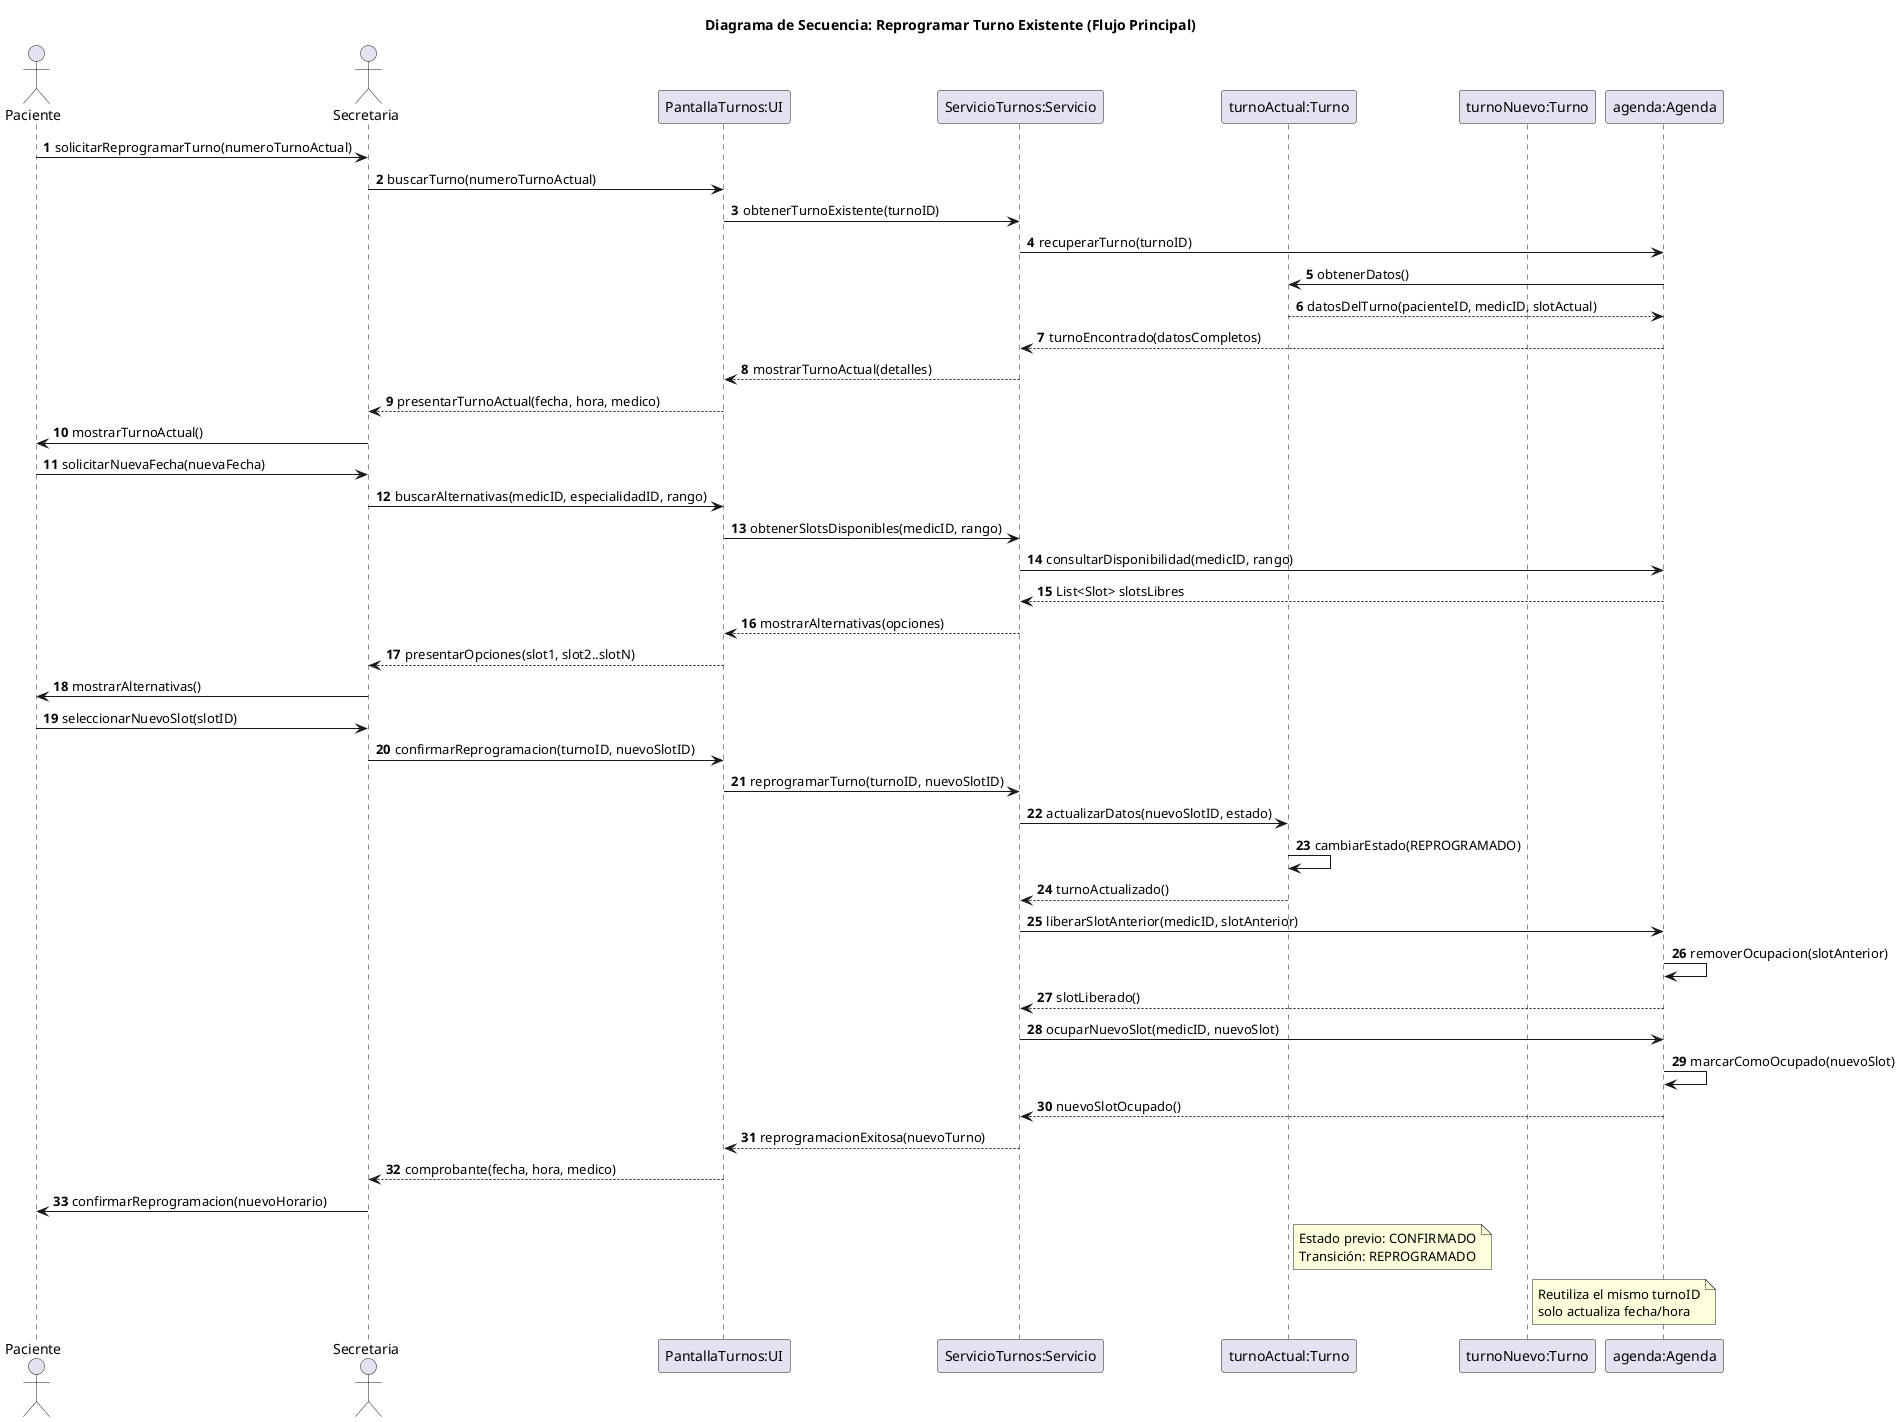
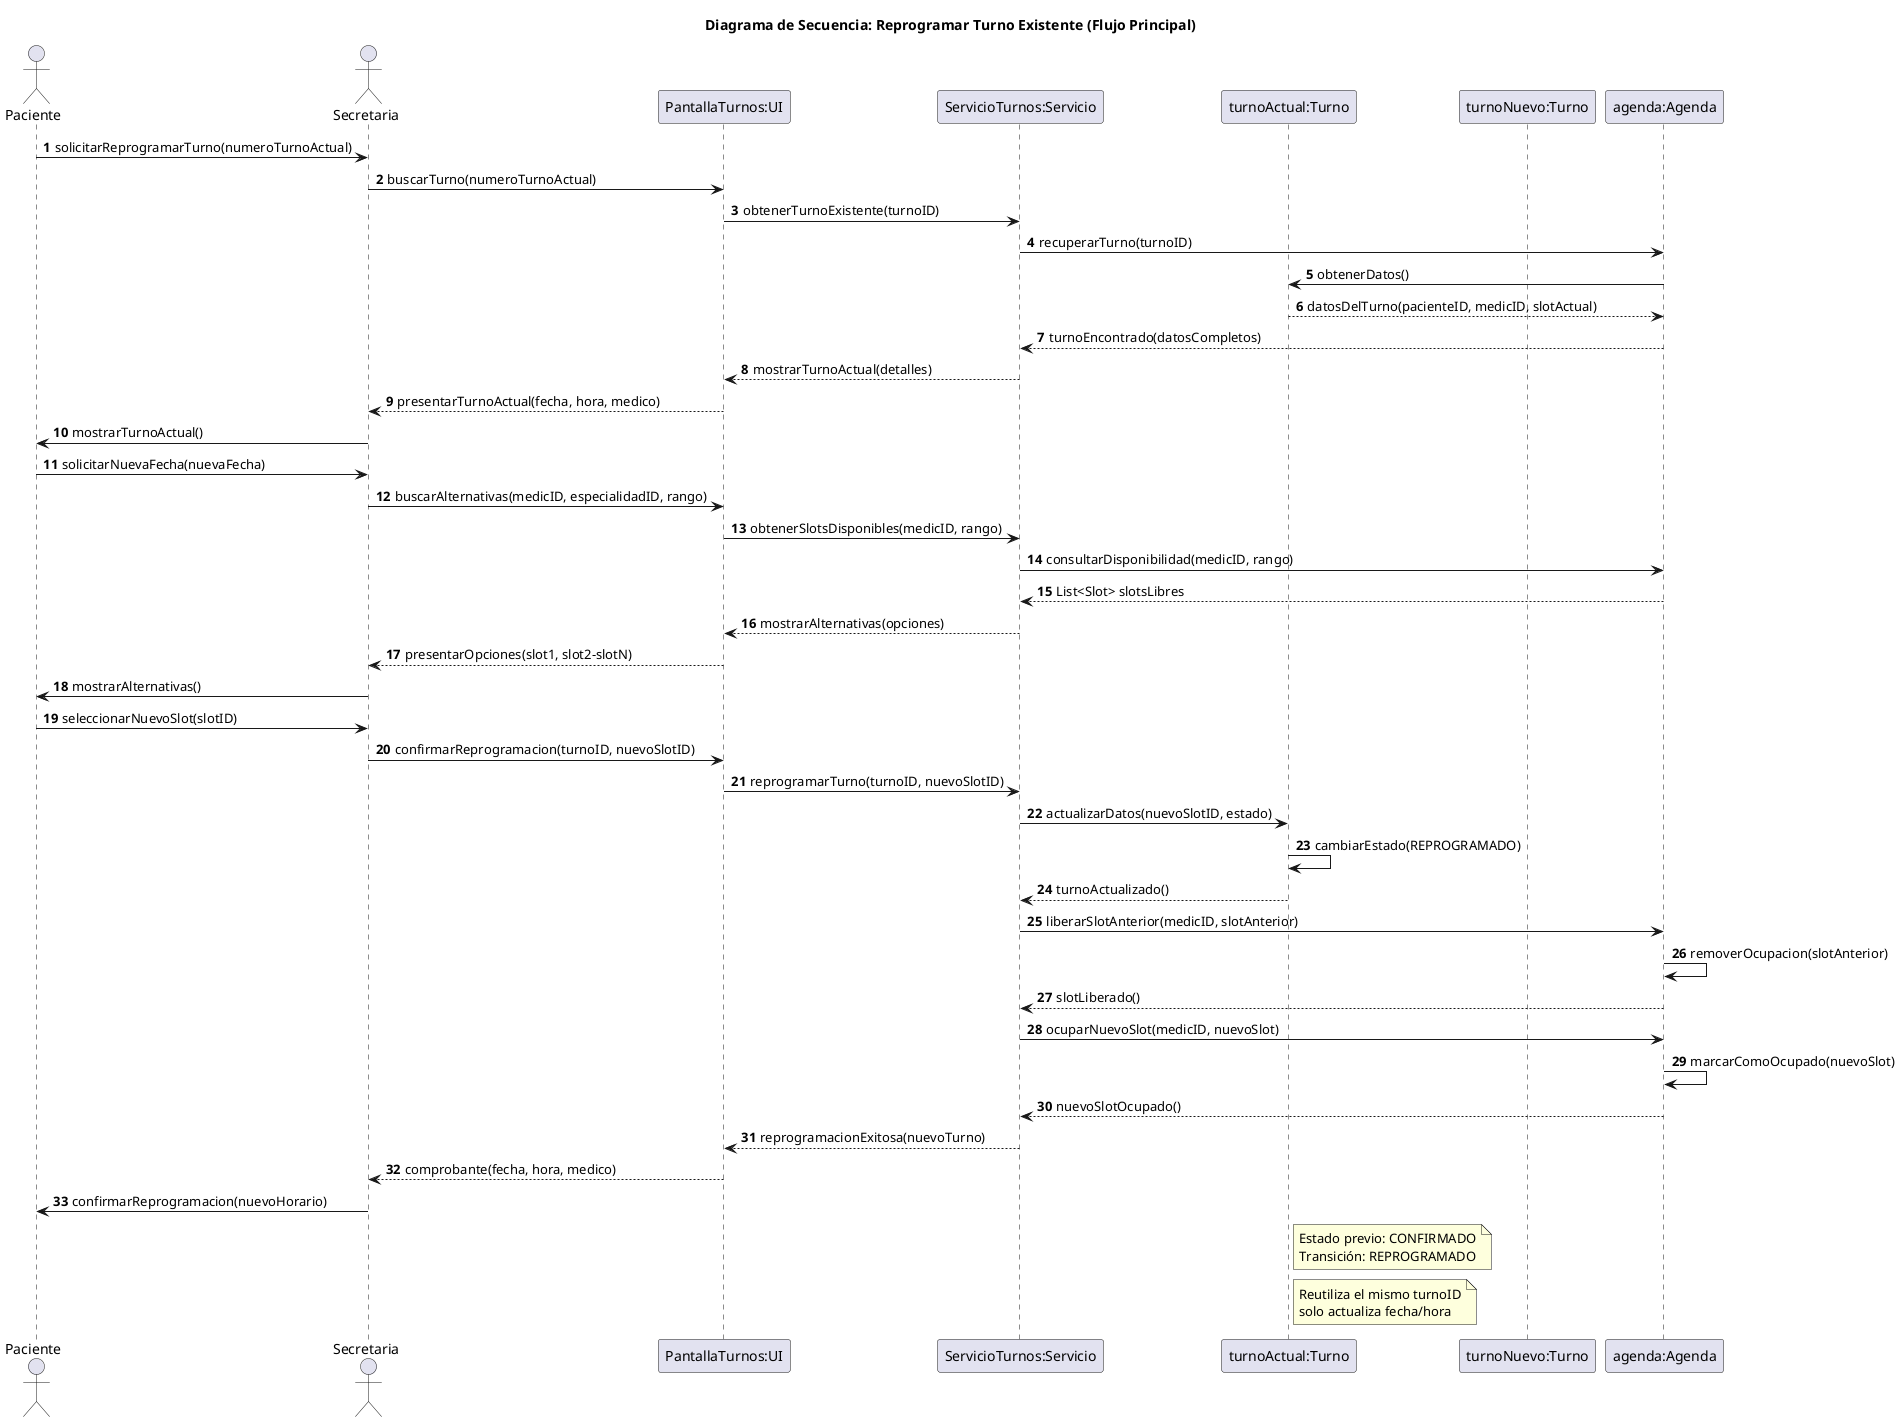
@startuml 05-secuencia-reprogramar-turno-flujo-principal-02
title Diagrama de Secuencia: Reprogramar Turno Existente (Flujo Principal)

actor Paciente
actor Secretaria
participant "PantallaTurnos:UI" as UI
participant "ServicioTurnos:Servicio" as Servicio
participant "turnoActual:Turno" as TurnoAct
participant "turnoNuevo:Turno" as TurnoNuev
participant "agenda:Agenda" as Agenda

autonumber

Paciente -> Secretaria: solicitarReprogramarTurno(numeroTurnoActual)
Secretaria -> UI: buscarTurno(numeroTurnoActual)
UI -> Servicio: obtenerTurnoExistente(turnoID)
Servicio -> Agenda: recuperarTurno(turnoID)
Agenda -> TurnoAct: obtenerDatos()
TurnoAct --> Agenda: datosDelTurno(pacienteID, medicID, slotActual)
Agenda --> Servicio: turnoEncontrado(datosCompletos)
Servicio --> UI: mostrarTurnoActual(detalles)
UI --> Secretaria: presentarTurnoActual(fecha, hora, medico)
Secretaria -> Paciente: mostrarTurnoActual()
Paciente -> Secretaria: solicitarNuevaFecha(nuevaFecha)
Secretaria -> UI: buscarAlternativas(medicID, especialidadID, rango)
UI -> Servicio: obtenerSlotsDisponibles(medicID, rango)
Servicio -> Agenda: consultarDisponibilidad(medicID, rango)
Agenda --> Servicio: List<Slot> slotsLibres
Servicio --> UI: mostrarAlternativas(opciones)
- UI --> Secretaria: presentarOpciones(slot1, slot2..slotN)
+ UI --> Secretaria: presentarOpciones(slot1, slot2-slotN)
Secretaria -> Paciente: mostrarAlternativas()
Paciente -> Secretaria: seleccionarNuevoSlot(slotID)
Secretaria -> UI: confirmarReprogramacion(turnoID, nuevoSlotID)
UI -> Servicio: reprogramarTurno(turnoID, nuevoSlotID)
Servicio -> TurnoAct: actualizarDatos(nuevoSlotID, estado)
TurnoAct -> TurnoAct: cambiarEstado(REPROGRAMADO)
TurnoAct --> Servicio: turnoActualizado()
Servicio -> Agenda: liberarSlotAnterior(medicID, slotAnterior)
Agenda -> Agenda: removerOcupacion(slotAnterior)
Agenda --> Servicio: slotLiberado()
Servicio -> Agenda: ocuparNuevoSlot(medicID, nuevoSlot)
Agenda -> Agenda: marcarComoOcupado(nuevoSlot)
Agenda --> Servicio: nuevoSlotOcupado()
Servicio --> UI: reprogramacionExitosa(nuevoTurno)
UI --> Secretaria: comprobante(fecha, hora, medico)
Secretaria -> Paciente: confirmarReprogramacion(nuevoHorario)

note right of TurnoAct
  Estado previo: CONFIRMADO
  Transición: REPROGRAMADO
end note

- note right of TurnoNuev
+ note right of TurnoAct
  Reutiliza el mismo turnoID
  solo actualiza fecha/hora
end note

@enduml
